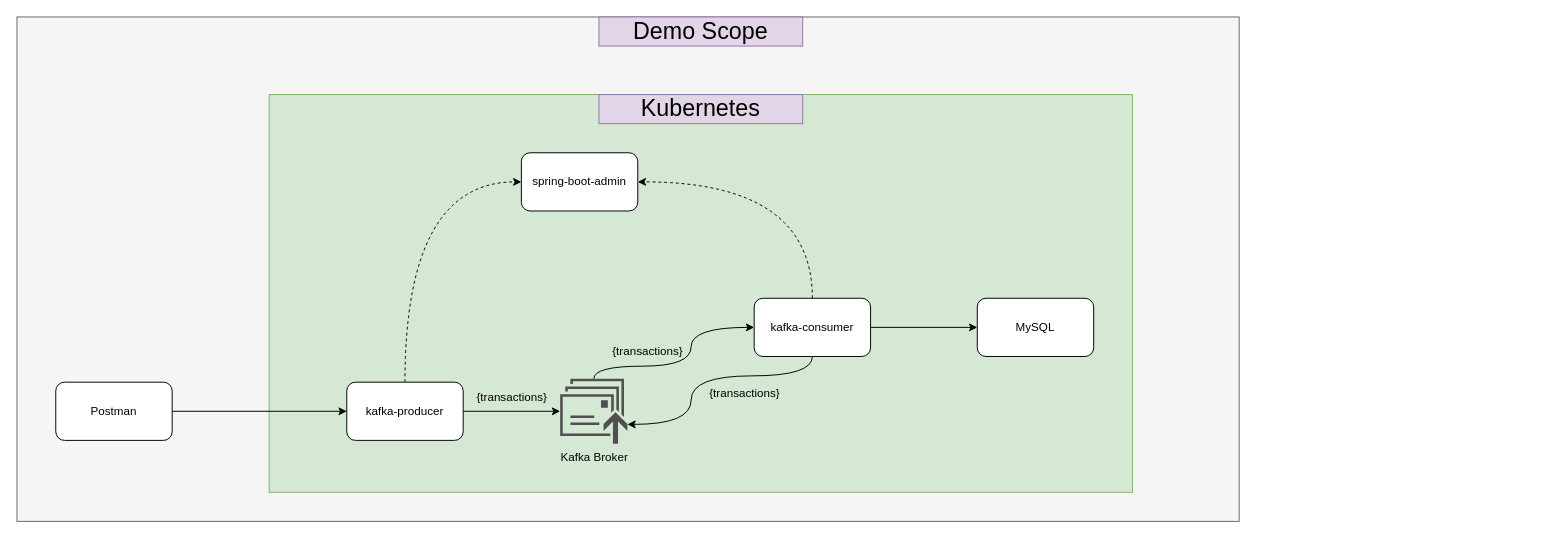
Above: Kafka.drawio in Jabito/KafkaDemo (draw.io), before the change. Source tidied: cells renumbered, new cells numbered last; positions are measured from the earlier drawing's top-left corner, leaving out a move shared by most shapes. Both pictures are drawn from the tidied source at 97%, with x=0, y=0 at pixel (16, 16).
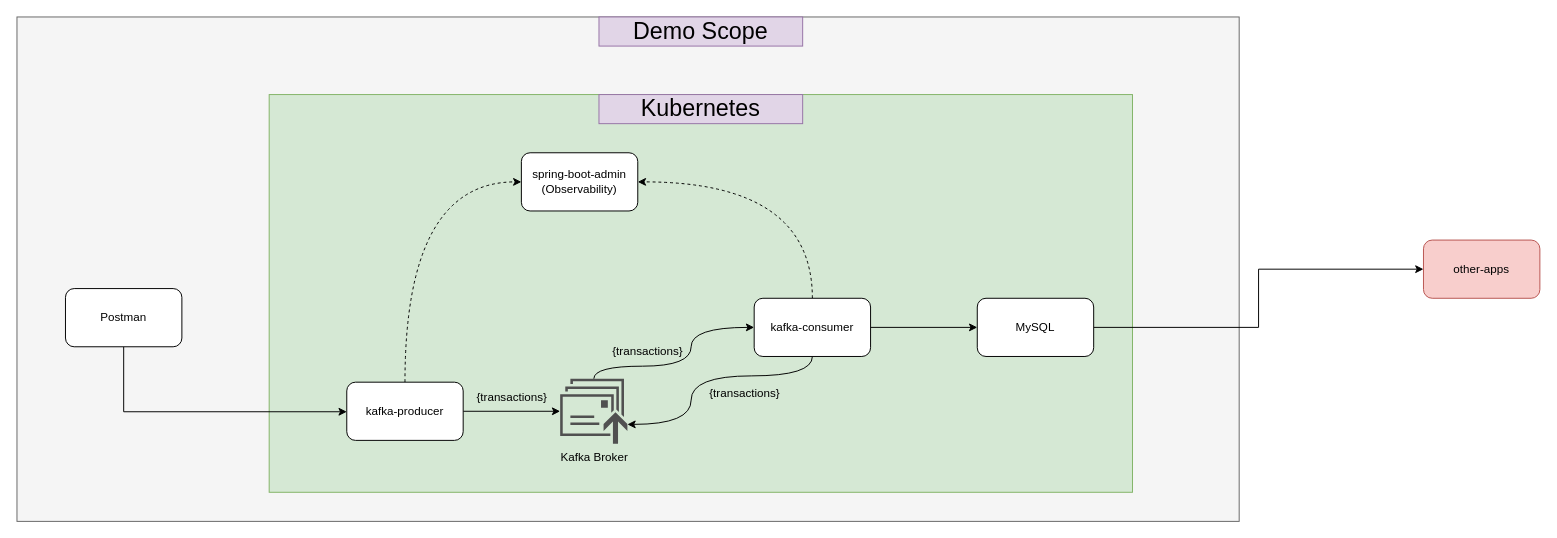
Above is the later version.

Commit message (it also covers changes not shown here):
multiple partitions, multiple kafka-consumer instances on spring-boot-admin

The change refers to these unchanged cells:
```xml
<mxCell id="6" value="kafka-producer" style="rounded=1;whiteSpace=wrap;html=1;" parent="1" vertex="1">
  <mxGeometry x="340" y="376.5" width="120" height="60" as="geometry" />
</mxCell>
<mxCell id="12" value="MySQL" style="rounded=1;whiteSpace=wrap;html=1;" parent="1" vertex="1">
  <mxGeometry x="990" y="290" width="120" height="60" as="geometry" />
</mxCell>
```

Diff of the diagram source:
```diff
@@
+    <mxCell id="22" style="edgeStyle=orthogonalEdgeStyle;rounded=0;jettySize=auto;html=1;exitX=1;exitY=0.5;exitDx=0;exitDy=0;entryX=0;entryY=0.5;entryDx=0;entryDy=0;" parent="1" edge="1" source="12" target="23">
+      <mxGeometry relative="1" as="geometry" />
+    </mxCell>
@@
-    <mxCell id="14" style="edgeStyle=orthogonalEdgeStyle;rounded=0;jettySize=auto;html=1;exitX=1;exitY=0.5;exitDx=0;exitDy=0;" parent="1" edge="1" source="15" target="6">
-      <mxGeometry relative="1" as="geometry" />
+    <mxCell id="14" style="edgeStyle=orthogonalEdgeStyle;rounded=0;jettySize=auto;html=1;exitX=0.5;exitY=1;exitDx=0;exitDy=0;" parent="1" edge="1" source="15" target="6">
+      <mxGeometry relative="1" as="geometry">
+        <Array as="points">
+          <mxPoint x="110" y="407" />
+        </Array>
+      </mxGeometry>
     </mxCell>
     <mxCell id="15" value="Postman" style="rounded=1;whiteSpace=wrap;html=1;" parent="1" vertex="1">
-      <mxGeometry x="40" y="376.5" width="120" height="60" as="geometry" />
+      <mxGeometry x="50" y="280" width="120" height="60" as="geometry" />
     </mxCell>
@@
-    <mxCell id="18" value="spring-boot-admin" style="rounded=1;whiteSpace=wrap;html=1;" parent="1" vertex="1">
+    <mxCell id="18" value="spring-boot-admin&lt;div&gt;(Observability)&lt;/div&gt;" style="rounded=1;whiteSpace=wrap;html=1;" parent="1" vertex="1">
       <mxGeometry x="520" y="140" width="120" height="60" as="geometry" />
     </mxCell>
@@
+    <mxCell id="23" value="other-apps" style="rounded=1;whiteSpace=wrap;html=1;fillColor=#f8cecc;strokeColor=#b85450;" parent="1" vertex="1">
+      <mxGeometry x="1450" y="230" width="120" height="60" as="geometry" />
+    </mxCell>
```
